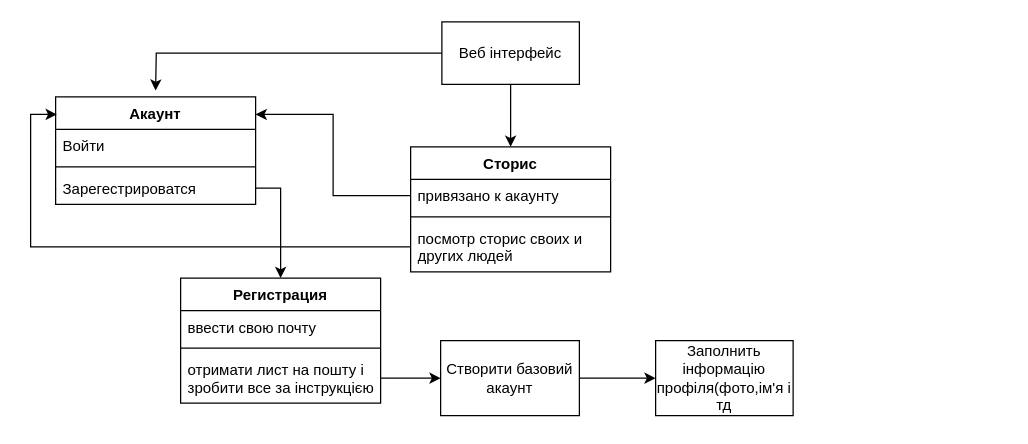
barakada/Instagram_copy_test keeps this draw.io diagram as Диаграмма без названия.drawio. Above is the earlier version. Source tidied: cells renumbered, new cells numbered last; positions are measured from the earlier drawing's top-left corner, leaving out a move shared by most shapes. Both pictures are drawn from the tidied source at 125%, with x=0, y=0 at pixel (55, 21).
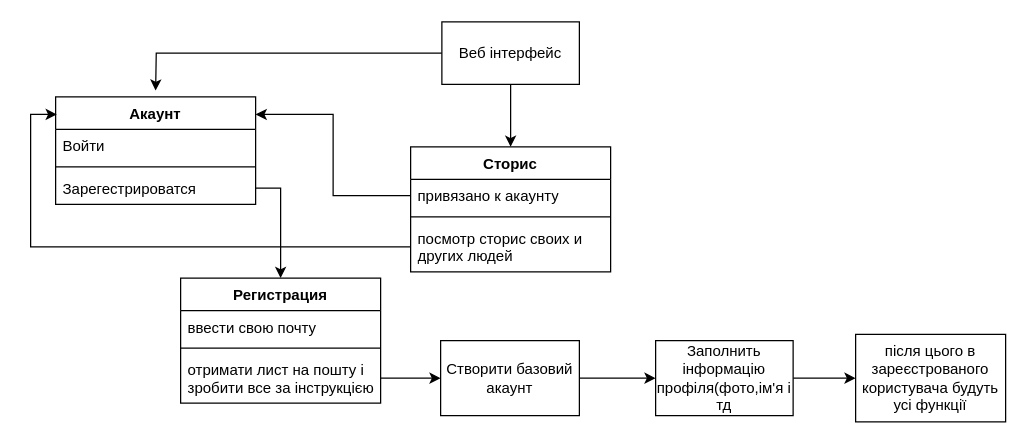
Above is the later version.

Unchanged cells that the change refers to:
```xml
<mxCell id="23" value="Заполнить інформацію профіля(фото,ім'я і тд" style="html=1;whiteSpace=wrap;" parent="1" vertex="1">
  <mxGeometry x="480" y="255" width="110" height="60" as="geometry" />
</mxCell>
```

The edit, as a diff of the source:
```diff
@@
+    <mxCell id="24" style="edgeStyle=orthogonalEdgeStyle;rounded=0;jettySize=auto;html=1;entryX=0;entryY=0.5;entryDx=0;entryDy=0;" parent="1" edge="1" source="23" target="25">
+      <mxGeometry relative="1" as="geometry" />
+    </mxCell>
@@
+    <mxCell id="25" value="після цього в зареєстрованого користувача будуть усі функції" style="html=1;whiteSpace=wrap;" parent="1" vertex="1">
+      <mxGeometry x="640" y="250" width="120" height="70" as="geometry" />
+    </mxCell>
```
